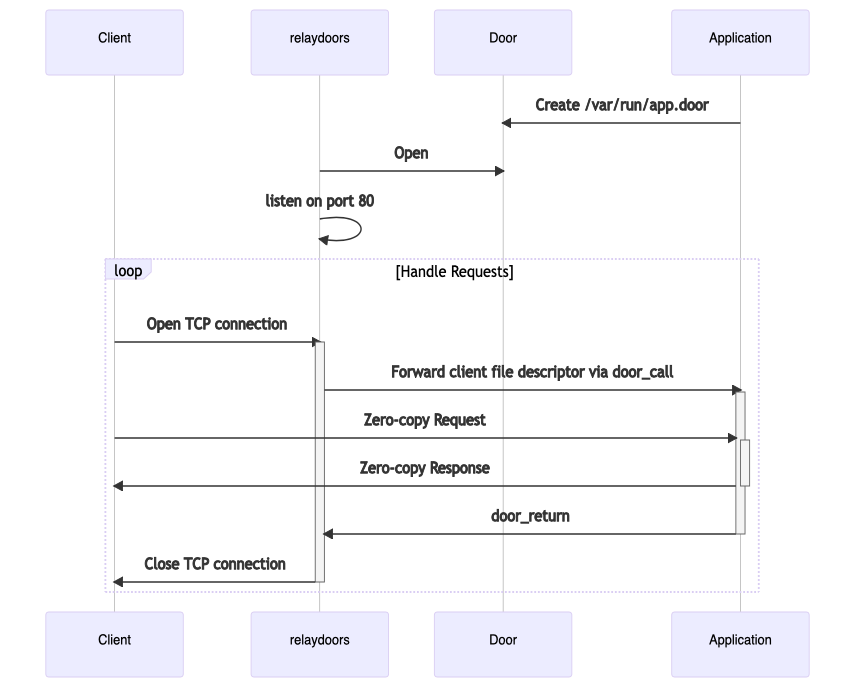
Above: diagrams/startup-and-request-handling.png in robertdfrench/portunusd (Mermaid), before the change. Its source is kept beside it as diagrams/startup-and-request-handling.mmd.
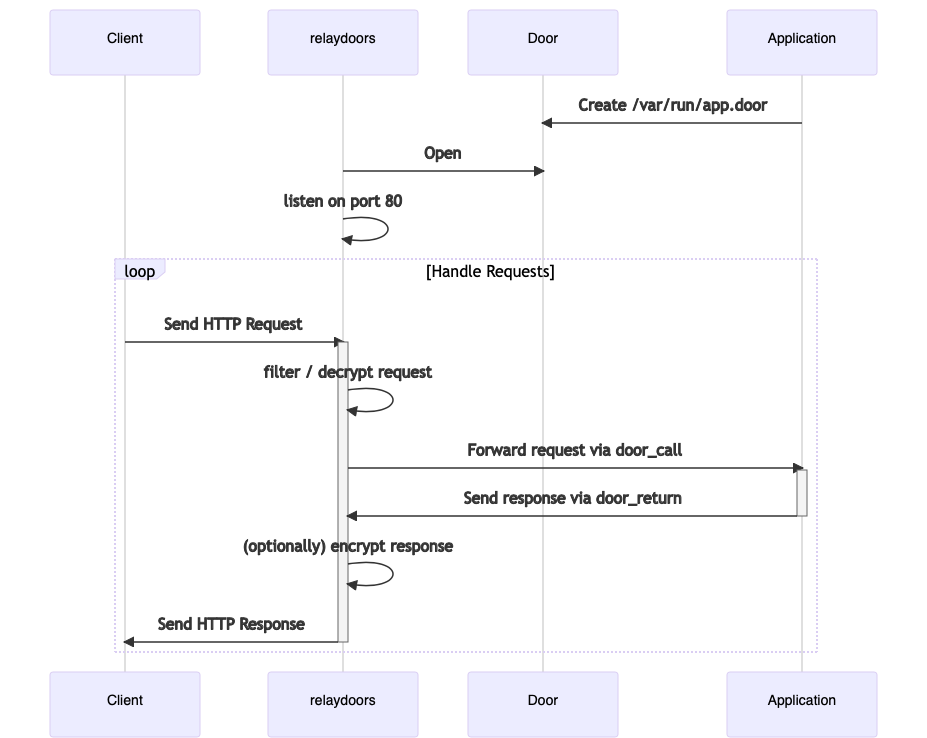
The same file after the commit.

Commit message:
Explain the HTTP workflow better

Diff of the diagram source:
```diff
@@ -7,10 +7,10 @@
     relaydoors->>Door: Open
     relaydoors->>relaydoors: listen on port 80
     loop Handle Requests
-        Client->>+relaydoors: Open TCP connection
-        relaydoors->>+Application: Forward client file descriptor via door_call
-        Client->>+Application: Zero-copy Request
-        Application->>-Client: Zero-copy Response
-        Application->>-relaydoors: door_return
-        relaydoors->>-Client: Close TCP connection
+        Client->>+relaydoors: Send HTTP Request
+        relaydoors->>relaydoors: filter / decrypt request
+        relaydoors->>+Application: Forward request via door_call
+        Application->>-relaydoors: Send response via door_return
+        relaydoors->>relaydoors: (optionally) encrypt response
+        relaydoors->>-Client: Send HTTP Response
     end
```
